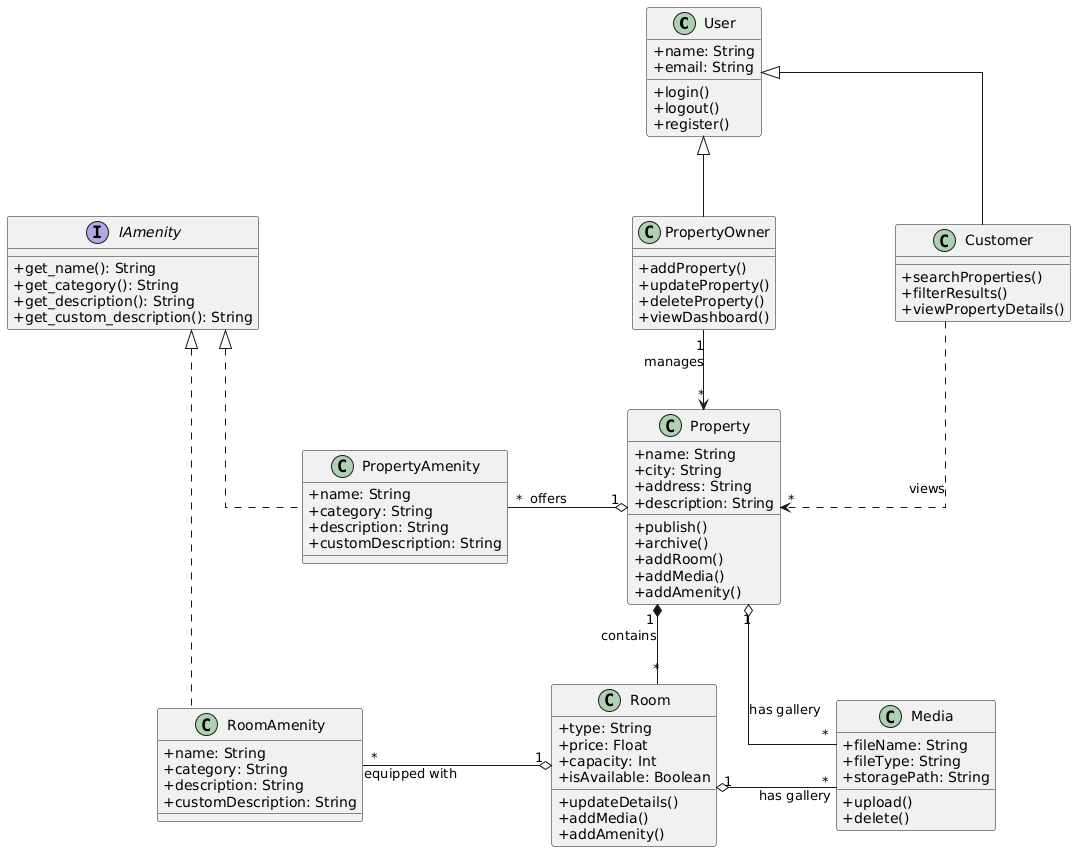
Formola/progettazione-hotel keeps this PlantUML diagram as out/docs/plantuml/analisi/class_analisi/uml_class_analisi.png. Above is the earlier version. The source it was exported from:
```plantuml
@startuml
top to bottom direction
skinparam classAttributeIconSize 0
skinparam linetype ortho
skinparam shadowing false

skinparam nodesep 120
skinparam ranksep 80



class User {
    +name: String
    +email: String
    +login()
    +logout()
    +register()
}

class PropertyOwner {
    +addProperty()
    +updateProperty()
    +deleteProperty()
    +viewDashboard()
}

class Customer {
    +searchProperties()
    +filterResults()
    +viewPropertyDetails()
}

User <|-- PropertyOwner
User <|-- Customer


class Property {
    +name: String
    +city: String
    +address: String
    +description: String
    +publish()
    +archive()
    +addRoom()
    +addMedia()
    +addAmenity()
}

class Room {
    +type: String
    +price: Float
    +capacity: Int
    +isAvailable: Boolean
    +updateDetails()
    +addMedia()
    +addAmenity()
}

class Media {
    +fileName: String
    +fileType: String
    +storagePath: String
    +upload()
    +delete()
}


interface IAmenity {
    +get_name(): String
    +get_category(): String
    +get_description(): String
    +get_custom_description(): String
}

class PropertyAmenity {
    +name: String
    +category: String
    +description: String
    +customDescription: String
}

class RoomAmenity {
    +name: String
    +category: String
    +description: String
    +customDescription: String
}

IAmenity <|.. PropertyAmenity
IAmenity <|.. RoomAmenity


PropertyOwner "1" -down-> "*" Property : manages
Property "1" *-down- "*" Room : contains

Customer .down.> "*" Property : views

Property "1" o-right- "*" Media : has gallery
Room "1" o-right- "*" Media : has gallery

Property "1" o-left- "*" PropertyAmenity : offers
Room "1" o-left- "*" RoomAmenity : equipped with

User -[hidden]down-> Property
Property -[hidden]down-> Room
@enduml
```
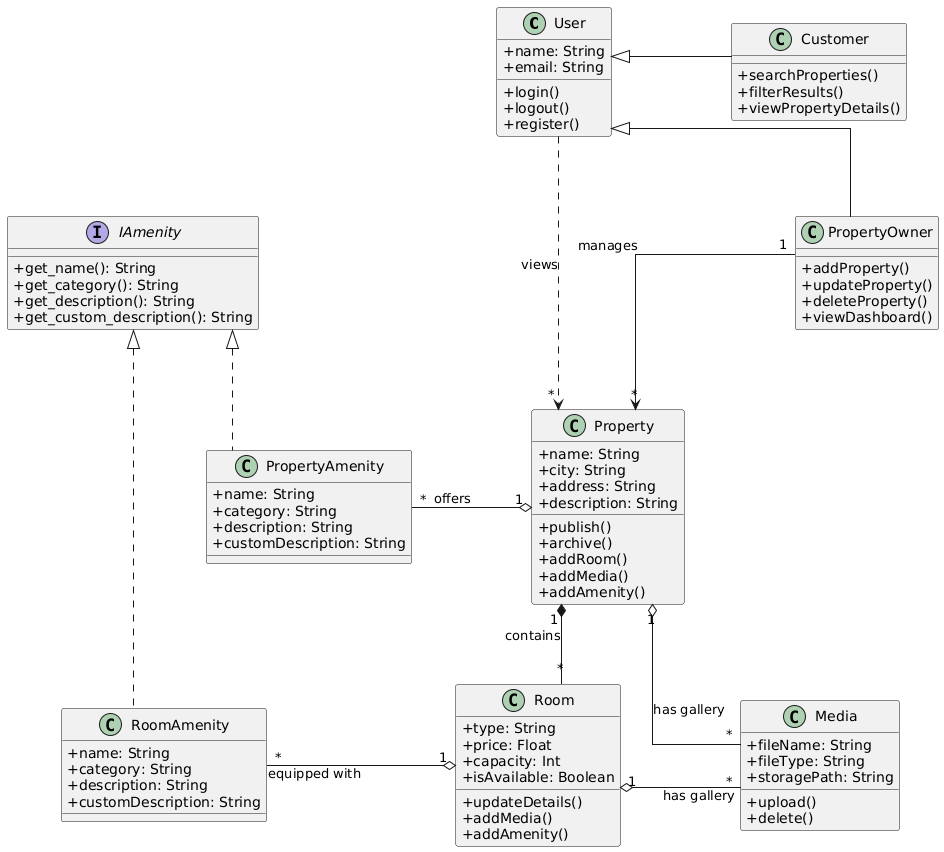
The same diagram one commit later.

What changed in the source:
```diff
@@ -93,7 +93,7 @@
 PropertyOwner "1" -down-> "*" Property : manages
 Property "1" *-down- "*" Room : contains
 
-Customer .down.> "*" Property : views
+User .down.> "*" Property : views
 
 Property "1" o-right- "*" Media : has gallery
 Room "1" o-right- "*" Media : has gallery
@@ -103,4 +103,6 @@
 
 User -[hidden]down-> Property
 Property -[hidden]down-> Room
+Customer -[hidden]left-> User
+PropertyOwner -[hidden]down-> Property
 @enduml
```
